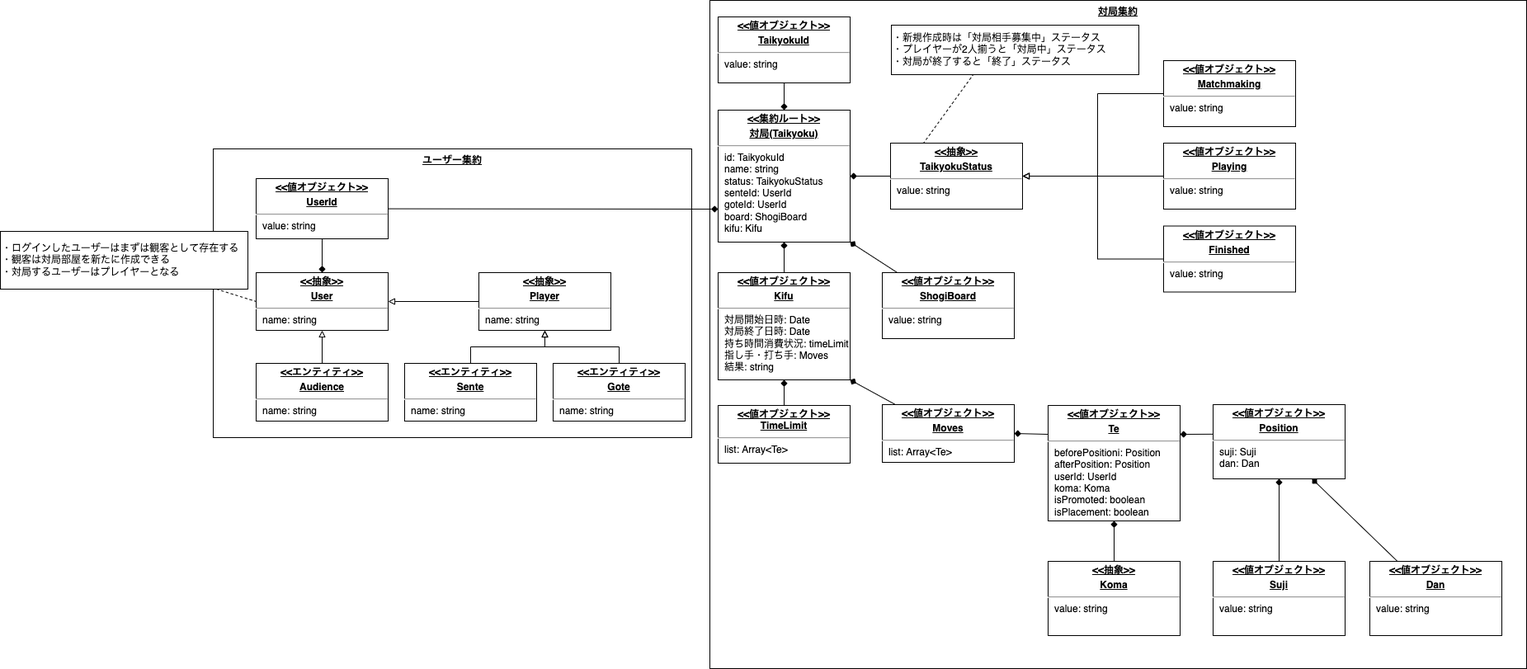
Earlier version of the draw.io export doc/ドメインモデル図.drawio.png (naohiro-kumagai/shogi). Source tidied: cells renumbered, new cells last; positions are measured from the earlier drawing's top-left corner, leaving out a move shared by most shapes.
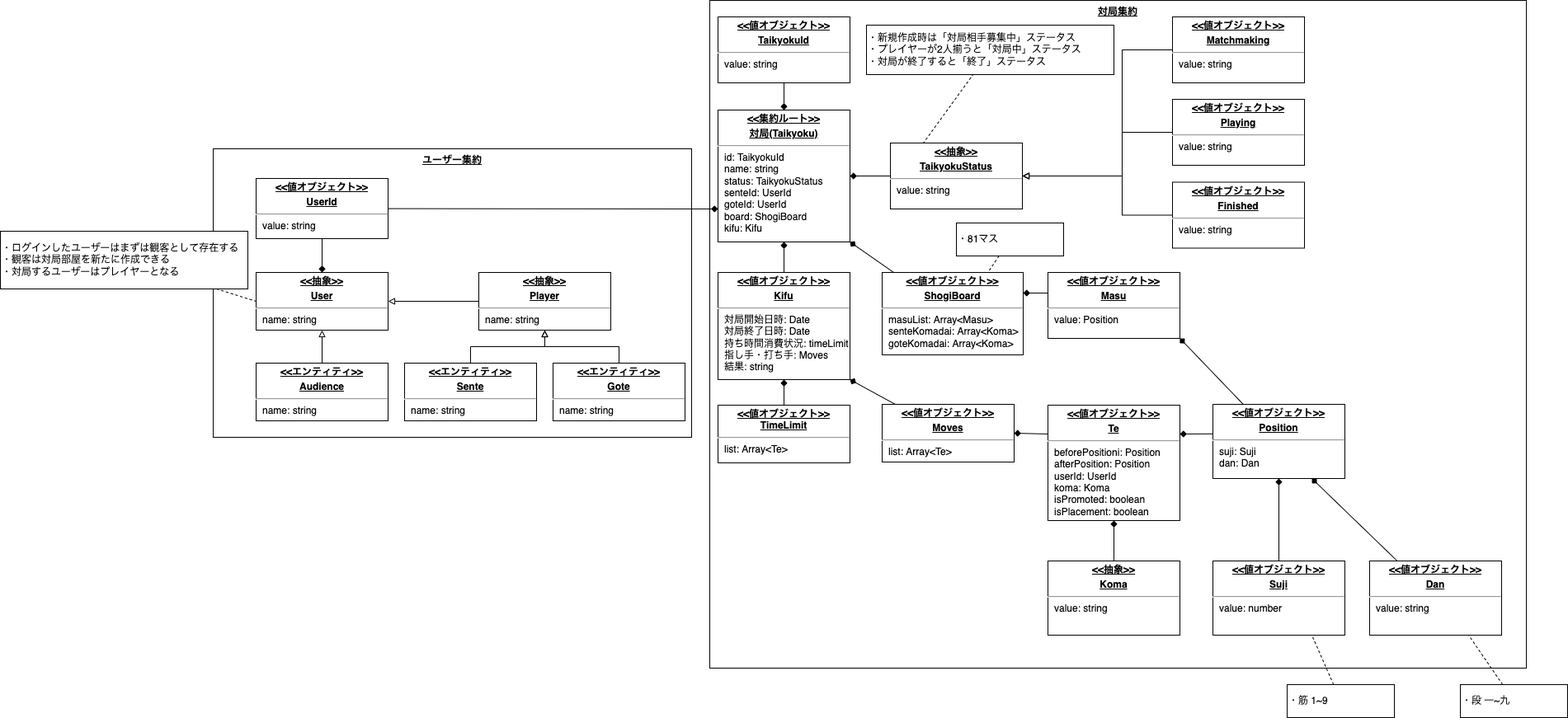
Above is the later version.

The edit, as a diff of the source:
```diff
@@ -23,7 +23,7 @@
       </mxGeometry>
     </mxCell>
     <mxCell id="8" value="・新規作成時は「対局相手募集中」ステータス&lt;br&gt;・プレイヤーが2人揃うと「対局中」ステータス&lt;br&gt;・対局が終了すると「終了」ステータス" style="rounded=0;whiteSpace=wrap;html=1;align=left;" parent="1" vertex="1">
-      <mxGeometry x="1080" y="30" width="300" height="60" as="geometry" />
+      <mxGeometry x="1050" y="30" width="300" height="60" as="geometry" />
     </mxCell>
     <mxCell id="9" style="edgeStyle=none;html=1;entryX=1;entryY=0.5;entryDx=0;entryDy=0;endArrow=diamond;endFill=1;exitX=0;exitY=0.5;exitDx=0;exitDy=0;" parent="1" edge="1" source="10" target="4">
       <mxGeometry relative="1" as="geometry" />
@@ -40,8 +40,8 @@
     <mxCell id="13" style="edgeStyle=none;html=1;entryX=1;entryY=1;entryDx=0;entryDy=0;endArrow=diamond;endFill=1;" parent="1" edge="1" source="14" target="4">
       <mxGeometry relative="1" as="geometry" />
     </mxCell>
-    <mxCell id="14" value="&lt;p style=&quot;margin:0px;margin-top:4px;text-align:center;text-decoration:underline;&quot;&gt;&lt;b&gt;&amp;lt;&amp;lt;値オブジェクト&amp;gt;&amp;gt;&lt;/b&gt;&lt;/p&gt;&lt;p style=&quot;margin:0px;margin-top:4px;text-align:center;text-decoration:underline;&quot;&gt;&lt;b&gt;ShogiBoard&lt;/b&gt;&lt;/p&gt;&lt;hr&gt;&lt;p style=&quot;margin:0px;margin-left:8px;&quot;&gt;value: string&lt;/p&gt;" style="verticalAlign=top;align=left;overflow=fill;fontSize=12;fontFamily=Helvetica;html=1;" parent="1" vertex="1">
-      <mxGeometry x="1069" y="330" width="160" height="80" as="geometry" />
+    <mxCell id="14" value="&lt;p style=&quot;margin:0px;margin-top:4px;text-align:center;text-decoration:underline;&quot;&gt;&lt;b&gt;&amp;lt;&amp;lt;値オブジェクト&amp;gt;&amp;gt;&lt;/b&gt;&lt;/p&gt;&lt;p style=&quot;margin:0px;margin-top:4px;text-align:center;text-decoration:underline;&quot;&gt;&lt;b&gt;ShogiBoard&lt;/b&gt;&lt;/p&gt;&lt;hr&gt;&lt;p style=&quot;margin:0px;margin-left:8px;&quot;&gt;masuList: Array&amp;lt;Masu&amp;gt;&lt;/p&gt;&lt;p style=&quot;margin:0px;margin-left:8px;&quot;&gt;senteKomadai: Array&amp;lt;Koma&amp;gt;&lt;/p&gt;&lt;p style=&quot;margin:0px;margin-left:8px;&quot;&gt;goteKomadai: Array&amp;lt;Koma&amp;gt;&lt;/p&gt;" style="verticalAlign=top;align=left;overflow=fill;fontSize=12;fontFamily=Helvetica;html=1;" parent="1" vertex="1">
+      <mxGeometry x="1069" y="330" width="171" height="100" as="geometry" />
     </mxCell>
     <mxCell id="15" style="edgeStyle=none;html=1;entryX=0.5;entryY=1;entryDx=0;entryDy=0;endArrow=none;endFill=0;startArrow=diamond;startFill=1;" parent="1" edge="1" source="16" target="26">
       <mxGeometry relative="1" as="geometry" />
@@ -81,33 +81,38 @@
     <mxCell id="26" value="&lt;p style=&quot;margin:0px;margin-top:4px;text-align:center;text-decoration:underline;&quot;&gt;&lt;b&gt;&amp;lt;&amp;lt;値オブジェクト&amp;gt;&amp;gt;&lt;/b&gt;&lt;/p&gt;&lt;p style=&quot;margin:0px;margin-top:4px;text-align:center;text-decoration:underline;&quot;&gt;&lt;b&gt;UserId&lt;/b&gt;&lt;/p&gt;&lt;hr&gt;&lt;p style=&quot;margin:0px;margin-left:8px;&quot;&gt;value: string&lt;/p&gt;" style="verticalAlign=top;align=left;overflow=fill;fontSize=12;fontFamily=Helvetica;html=1;" parent="1" vertex="1">
       <mxGeometry x="310" y="216" width="160" height="73" as="geometry" />
     </mxCell>
-    <mxCell id="27" style="edgeStyle=none;html=1;endArrow=block;endFill=0;" parent="1" edge="1" source="28" target="10">
-      <mxGeometry relative="1" as="geometry" />
+    <mxCell id="27" style="edgeStyle=orthogonalEdgeStyle;html=1;endArrow=block;endFill=0;rounded=0;" parent="1" edge="1" source="28" target="10">
+      <mxGeometry relative="1" as="geometry">
+        <Array as="points">
+          <mxPoint x="1360" y="160" />
+          <mxPoint x="1360" y="213" />
+        </Array>
+      </mxGeometry>
     </mxCell>
     <mxCell id="28" value="&lt;p style=&quot;margin:0px;margin-top:4px;text-align:center;text-decoration:underline;&quot;&gt;&lt;b&gt;&amp;lt;&amp;lt;値オブジェクト&amp;gt;&amp;gt;&lt;/b&gt;&lt;/p&gt;&lt;p style=&quot;margin: 4px 0px 0px; text-align: center;&quot;&gt;&lt;b&gt;&lt;u&gt;Playing&lt;/u&gt;&lt;/b&gt;&lt;br&gt;&lt;/p&gt;&lt;hr&gt;&lt;p style=&quot;margin:0px;margin-left:8px;&quot;&gt;value: string&lt;/p&gt;" style="verticalAlign=top;align=left;overflow=fill;fontSize=12;fontFamily=Helvetica;html=1;" parent="1" vertex="1">
-      <mxGeometry x="1410" y="173" width="160" height="80" as="geometry" />
+      <mxGeometry x="1421" y="120" width="160" height="80" as="geometry" />
     </mxCell>
     <mxCell id="29" style="edgeStyle=orthogonalEdgeStyle;html=1;entryX=1;entryY=0.5;entryDx=0;entryDy=0;endArrow=block;endFill=0;rounded=0;" parent="1" edge="1" source="30" target="10">
       <mxGeometry relative="1" as="geometry">
         <Array as="points">
-          <mxPoint x="1330" y="113" />
-          <mxPoint x="1330" y="213" />
+          <mxPoint x="1360" y="60" />
+          <mxPoint x="1360" y="213" />
         </Array>
       </mxGeometry>
     </mxCell>
     <mxCell id="30" value="&lt;p style=&quot;margin:0px;margin-top:4px;text-align:center;text-decoration:underline;&quot;&gt;&lt;b&gt;&amp;lt;&amp;lt;値オブジェクト&amp;gt;&amp;gt;&lt;/b&gt;&lt;/p&gt;&lt;p style=&quot;margin: 4px 0px 0px; text-align: center;&quot;&gt;&lt;b&gt;&lt;u&gt;Matchmaking&lt;/u&gt;&lt;/b&gt;&lt;br&gt;&lt;/p&gt;&lt;hr&gt;&lt;p style=&quot;margin:0px;margin-left:8px;&quot;&gt;value: string&lt;/p&gt;" style="verticalAlign=top;align=left;overflow=fill;fontSize=12;fontFamily=Helvetica;html=1;" parent="1" vertex="1">
-      <mxGeometry x="1410" y="73" width="160" height="80" as="geometry" />
+      <mxGeometry x="1421" y="20" width="160" height="80" as="geometry" />
     </mxCell>
     <mxCell id="31" style="edgeStyle=orthogonalEdgeStyle;rounded=0;html=1;entryX=1;entryY=0.5;entryDx=0;entryDy=0;endArrow=block;endFill=0;" parent="1" edge="1" source="32" target="10">
       <mxGeometry relative="1" as="geometry">
         <Array as="points">
-          <mxPoint x="1330" y="314" />
-          <mxPoint x="1330" y="213" />
+          <mxPoint x="1360" y="261" />
+          <mxPoint x="1360" y="213" />
         </Array>
       </mxGeometry>
     </mxCell>
     <mxCell id="32" value="&lt;p style=&quot;margin:0px;margin-top:4px;text-align:center;text-decoration:underline;&quot;&gt;&lt;b&gt;&amp;lt;&amp;lt;値オブジェクト&amp;gt;&amp;gt;&lt;/b&gt;&lt;/p&gt;&lt;p style=&quot;margin: 4px 0px 0px; text-align: center;&quot;&gt;&lt;b&gt;&lt;u&gt;Finished&lt;/u&gt;&lt;/b&gt;&lt;br&gt;&lt;/p&gt;&lt;hr&gt;&lt;p style=&quot;margin:0px;margin-left:8px;&quot;&gt;value: string&lt;/p&gt;" style="verticalAlign=top;align=left;overflow=fill;fontSize=12;fontFamily=Helvetica;html=1;" parent="1" vertex="1">
-      <mxGeometry x="1410" y="273.5" width="160" height="80" as="geometry" />
+      <mxGeometry x="1421" y="220.5" width="160" height="80" as="geometry" />
     </mxCell>
     <mxCell id="33" style="edgeStyle=none;html=1;entryX=0.5;entryY=1;entryDx=0;entryDy=0;endArrow=diamond;endFill=1;" parent="1" edge="1" source="34" target="4">
       <mxGeometry relative="1" as="geometry" />
@@ -130,13 +135,16 @@
     <mxCell id="39" style="edgeStyle=none;html=1;entryX=1;entryY=0.25;entryDx=0;entryDy=0;endArrow=diamond;endFill=1;exitX=0.001;exitY=0.398;exitDx=0;exitDy=0;exitPerimeter=0;" parent="1" edge="1" source="40" target="36">
       <mxGeometry relative="1" as="geometry" />
     </mxCell>
+    <mxCell id="49" style="rounded=0;html=1;entryX=1;entryY=1;entryDx=0;entryDy=0;endArrow=diamond;endFill=1;" parent="1" edge="1" source="40" target="55">
+      <mxGeometry relative="1" as="geometry" />
+    </mxCell>
     <mxCell id="40" value="&lt;p style=&quot;margin:0px;margin-top:4px;text-align:center;text-decoration:underline;&quot;&gt;&lt;b&gt;&amp;lt;&amp;lt;値オブジェクト&amp;gt;&amp;gt;&lt;/b&gt;&lt;/p&gt;&lt;p style=&quot;margin:0px;margin-top:4px;text-align:center;text-decoration:underline;&quot;&gt;&lt;b&gt;Position&lt;/b&gt;&lt;/p&gt;&lt;hr&gt;&lt;p style=&quot;margin:0px;margin-left:8px;&quot;&gt;suji: Suji&lt;/p&gt;&lt;p style=&quot;margin:0px;margin-left:8px;&quot;&gt;dan: Dan&lt;/p&gt;" style="verticalAlign=top;align=left;overflow=fill;fontSize=12;fontFamily=Helvetica;html=1;" parent="1" vertex="1">
       <mxGeometry x="1470" y="490" width="160" height="90" as="geometry" />
     </mxCell>
     <mxCell id="41" style="edgeStyle=none;html=1;entryX=0.5;entryY=1;entryDx=0;entryDy=0;endArrow=diamond;endFill=1;" parent="1" edge="1" source="42" target="40">
       <mxGeometry relative="1" as="geometry" />
     </mxCell>
-    <mxCell id="42" value="&lt;p style=&quot;margin:0px;margin-top:4px;text-align:center;text-decoration:underline;&quot;&gt;&lt;b&gt;&amp;lt;&amp;lt;値オブジェクト&amp;gt;&amp;gt;&lt;/b&gt;&lt;/p&gt;&lt;p style=&quot;margin:0px;margin-top:4px;text-align:center;text-decoration:underline;&quot;&gt;&lt;b&gt;Suji&lt;/b&gt;&lt;/p&gt;&lt;hr&gt;&lt;p style=&quot;margin:0px;margin-left:8px;&quot;&gt;value: string&lt;/p&gt;" style="verticalAlign=top;align=left;overflow=fill;fontSize=12;fontFamily=Helvetica;html=1;" parent="1" vertex="1">
+    <mxCell id="42" value="&lt;p style=&quot;margin:0px;margin-top:4px;text-align:center;text-decoration:underline;&quot;&gt;&lt;b&gt;&amp;lt;&amp;lt;値オブジェクト&amp;gt;&amp;gt;&lt;/b&gt;&lt;/p&gt;&lt;p style=&quot;margin:0px;margin-top:4px;text-align:center;text-decoration:underline;&quot;&gt;&lt;b&gt;Suji&lt;/b&gt;&lt;/p&gt;&lt;hr&gt;&lt;p style=&quot;margin:0px;margin-left:8px;&quot;&gt;value: number&lt;/p&gt;" style="verticalAlign=top;align=left;overflow=fill;fontSize=12;fontFamily=Helvetica;html=1;" parent="1" vertex="1">
       <mxGeometry x="1470" y="680" width="160" height="90" as="geometry" />
     </mxCell>
     <mxCell id="43" style="edgeStyle=none;html=1;entryX=0.75;entryY=1;entryDx=0;entryDy=0;endArrow=diamond;endFill=1;" parent="1" edge="1" source="44" target="40">
@@ -157,5 +165,29 @@
     <mxCell id="48" value="&lt;p style=&quot;margin:0px;margin-top:4px;text-align:center;text-decoration:underline;&quot;&gt;&lt;b&gt;&amp;lt;&amp;lt;値オブジェクト&amp;gt;&amp;gt;&lt;/b&gt;&lt;/p&gt;&lt;div style=&quot;text-align: center;&quot;&gt;&lt;span style=&quot;background-color: initial;&quot;&gt;&lt;b&gt;&lt;u&gt;TimeLimit&lt;/u&gt;&lt;/b&gt;&lt;/span&gt;&lt;/div&gt;&lt;hr&gt;&lt;p style=&quot;margin:0px;margin-left:8px;&quot;&gt;&lt;span style=&quot;background-color: initial;&quot;&gt;list: Array&amp;lt;Te&amp;gt;&lt;/span&gt;&lt;br&gt;&lt;/p&gt;" style="verticalAlign=top;align=left;overflow=fill;fontSize=12;fontFamily=Helvetica;html=1;" parent="1" vertex="1">
       <mxGeometry x="870" y="491" width="160" height="70" as="geometry" />
     </mxCell>
+    <mxCell id="50" style="edgeStyle=none;html=1;entryX=0.75;entryY=1;entryDx=0;entryDy=0;endArrow=none;endFill=0;dashed=1;" parent="1" edge="1" source="51" target="44">
+      <mxGeometry relative="1" as="geometry" />
+    </mxCell>
+    <mxCell id="51" value="・段 一~九" style="rounded=0;whiteSpace=wrap;html=1;fillColor=default;align=left;" parent="1" vertex="1">
+      <mxGeometry x="1770" y="830" width="130" height="40" as="geometry" />
+    </mxCell>
+    <mxCell id="52" style="edgeStyle=none;html=1;entryX=0.75;entryY=1;entryDx=0;entryDy=0;dashed=1;endArrow=none;endFill=0;" parent="1" edge="1" source="53" target="42">
+      <mxGeometry relative="1" as="geometry" />
+    </mxCell>
+    <mxCell id="53" value="・筋 1~9" style="rounded=0;whiteSpace=wrap;html=1;fillColor=default;align=left;" parent="1" vertex="1">
+      <mxGeometry x="1560" y="830" width="130" height="40" as="geometry" />
+    </mxCell>
+    <mxCell id="54" style="edgeStyle=none;html=1;entryX=1;entryY=0.25;entryDx=0;entryDy=0;endArrow=diamond;endFill=1;exitX=0;exitY=0.313;exitDx=0;exitDy=0;exitPerimeter=0;" parent="1" edge="1" source="55" target="14">
+      <mxGeometry relative="1" as="geometry" />
+    </mxCell>
+    <mxCell id="55" value="&lt;p style=&quot;margin:0px;margin-top:4px;text-align:center;text-decoration:underline;&quot;&gt;&lt;b&gt;&amp;lt;&amp;lt;値オブジェクト&amp;gt;&amp;gt;&lt;/b&gt;&lt;/p&gt;&lt;p style=&quot;margin:0px;margin-top:4px;text-align:center;text-decoration:underline;&quot;&gt;&lt;b&gt;Masu&lt;/b&gt;&lt;/p&gt;&lt;hr&gt;&lt;p style=&quot;margin:0px;margin-left:8px;&quot;&gt;value: Position&lt;/p&gt;" style="verticalAlign=top;align=left;overflow=fill;fontSize=12;fontFamily=Helvetica;html=1;" parent="1" vertex="1">
+      <mxGeometry x="1270" y="330" width="160" height="80" as="geometry" />
+    </mxCell>
+    <mxCell id="56" style="edgeStyle=none;rounded=0;html=1;entryX=0.75;entryY=0;entryDx=0;entryDy=0;endArrow=none;endFill=0;dashed=1;" parent="1" edge="1" source="57" target="14">
+      <mxGeometry relative="1" as="geometry" />
+    </mxCell>
+    <mxCell id="57" value="・81マス" style="rounded=0;whiteSpace=wrap;html=1;fillColor=default;align=left;" parent="1" vertex="1">
+      <mxGeometry x="1159" y="270" width="130" height="40" as="geometry" />
+    </mxCell>
   </root>
 </mxGraphModel>
```
